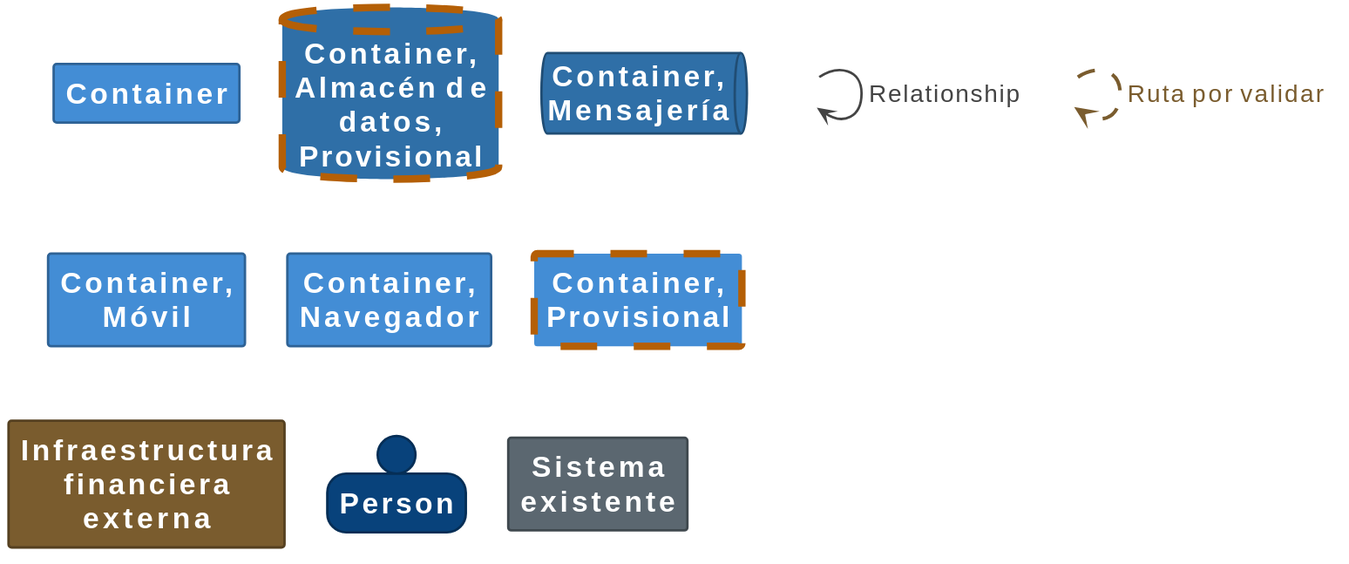
Earlier version of the PlantUML export diagrams/c4/structurizr-Contenedores-Transferencias-key.svg (Juankia/EvaluacionJuanAmay).
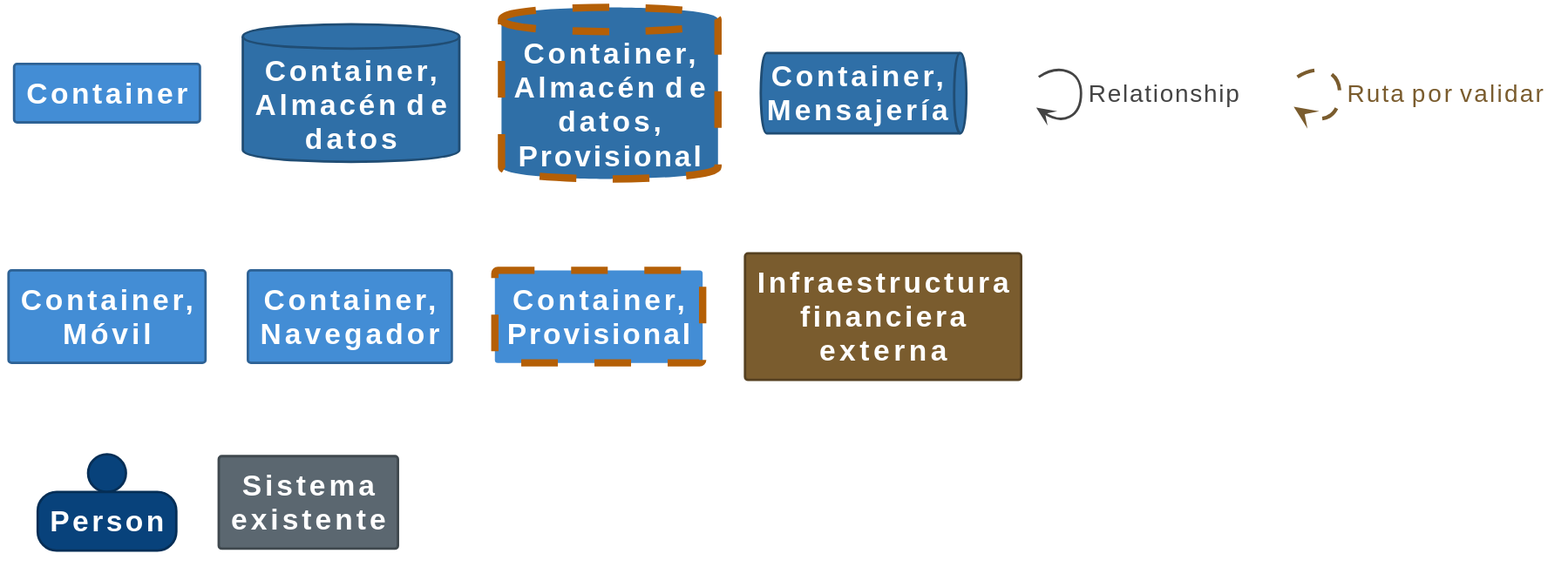
The same file after the commit.

Change to the diagram source:
```diff
@@ -11,6 +11,18 @@
   .Element-RWxlbWVudCxDb250YWluZXI= {
     BackgroundColor: #438dd5;
     LineColor: #2e6295;
+    LineStyle: 0;
+    LineThickness: 2;
+    FontColor: #ffffff;
+    FontSize: 22;
+    HorizontalAlignment: center;
+    Shadowing: 0;
+    MaximumWidth: 200;
+  }
+  // Element,Container,Almacén de datos
+  .Element-RWxlbWVudCxDb250YWluZXIsQWxtYWPDqW4gZGUgZGF0b3M= {
+    BackgroundColor: #2f6fa7;
+    LineColor: #204d74;
     LineStyle: 0;
     LineThickness: 2;
     FontColor: #ffffff;
@@ -154,6 +166,8 @@
 
 rectangle "==Container" <<Element-RWxlbWVudCxDb250YWluZXI=>>
 
+database "==Container, Almacén de datos" <<Element-RWxlbWVudCxDb250YWluZXIsQWxtYWPDqW4gZGUgZGF0b3M=>>
+
 database "==Container, Almacén de datos, Provisional" <<Element-RWxlbWVudCxDb250YWluZXIsQWxtYWPDqW4gZGUgZGF0b3MsUHJvdmlzaW9uYWw=>>
 
 queue "==Container, Mensajería" <<Element-RWxlbWVudCxDb250YWluZXIsTWVuc2FqZXLDrWE=>>
```
